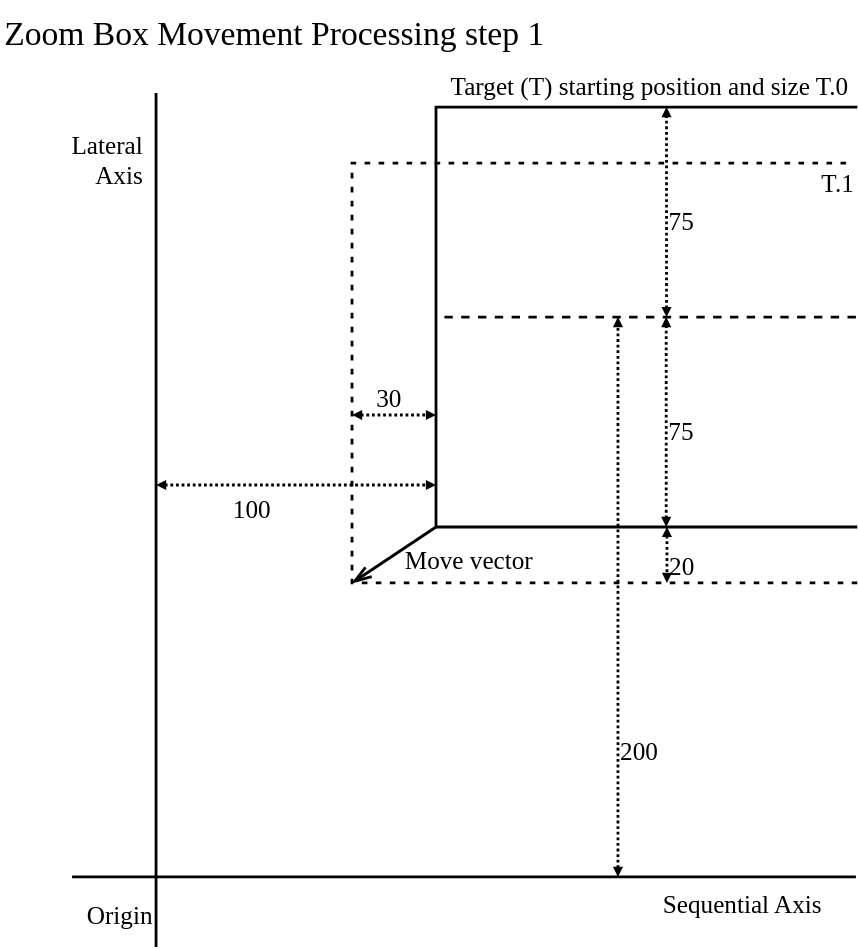
Before: documents/Specification/07ZoomBoxMovement/MoveProcessing01.svg, a diagram exported from draw.io (dasher-project/dasher-web). Source tidied: cells renumbered, new cells last; positions are measured from the earlier drawing's top-left corner, leaving out a move shared by most shapes.
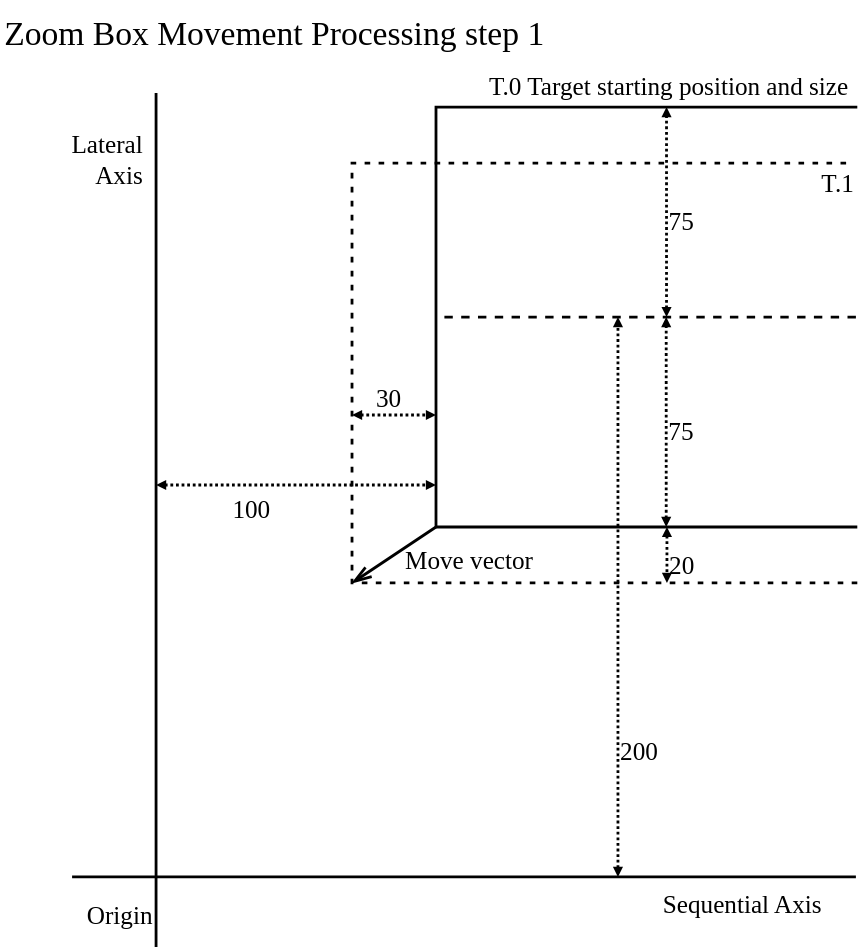
Above is the later version.

Diff of the diagram source:
```diff
@@ -5,7 +5,7 @@
     <mxCell id="2" value="T.1" style="shape=partialRectangle;bottom=1;top=1;fillColor=none;strokeWidth=2;fontSize=18;right=0;fontFamily=Verdana;align=right;verticalAlign=top;spacing=5;labelPosition=center;verticalLabelPosition=middle;dashed=1;dashPattern=1 4;spacingBottom=0;spacingRight=-4;spacingTop=-6;" parent="1" vertex="1">
       <mxGeometry x="250" y="115" width="360" height="300" as="geometry" />
     </mxCell>
-    <mxCell id="3" value="Target (T) starting position and size T.0" style="shape=partialRectangle;bottom=1;top=1;fillColor=none;strokeWidth=2;fontSize=18;right=0;fontFamily=Verdana;align=right;verticalAlign=bottom;spacing=5;labelPosition=center;verticalLabelPosition=top;" parent="1" vertex="1">
+    <mxCell id="3" value="T.0 Target starting position and size" style="shape=partialRectangle;bottom=1;top=1;fillColor=none;strokeWidth=2;fontSize=18;right=0;fontFamily=Verdana;align=right;verticalAlign=bottom;spacing=5;labelPosition=center;verticalLabelPosition=top;" parent="1" vertex="1">
       <mxGeometry x="310" y="75" width="300" height="300" as="geometry" />
     </mxCell>
     <mxCell id="4" value="Lateral&#10;Axis" style="endArrow=none;fontSize=18;strokeWidth=2;endFill=0;endSize=10;labelBackgroundColor=none;spacingTop=0;align=right;rounded=0;elbow=vertical;fontFamily=Verdana;startArrow=none;startFill=0;spacing=9;verticalAlign=top;" parent="1" edge="1">
```
